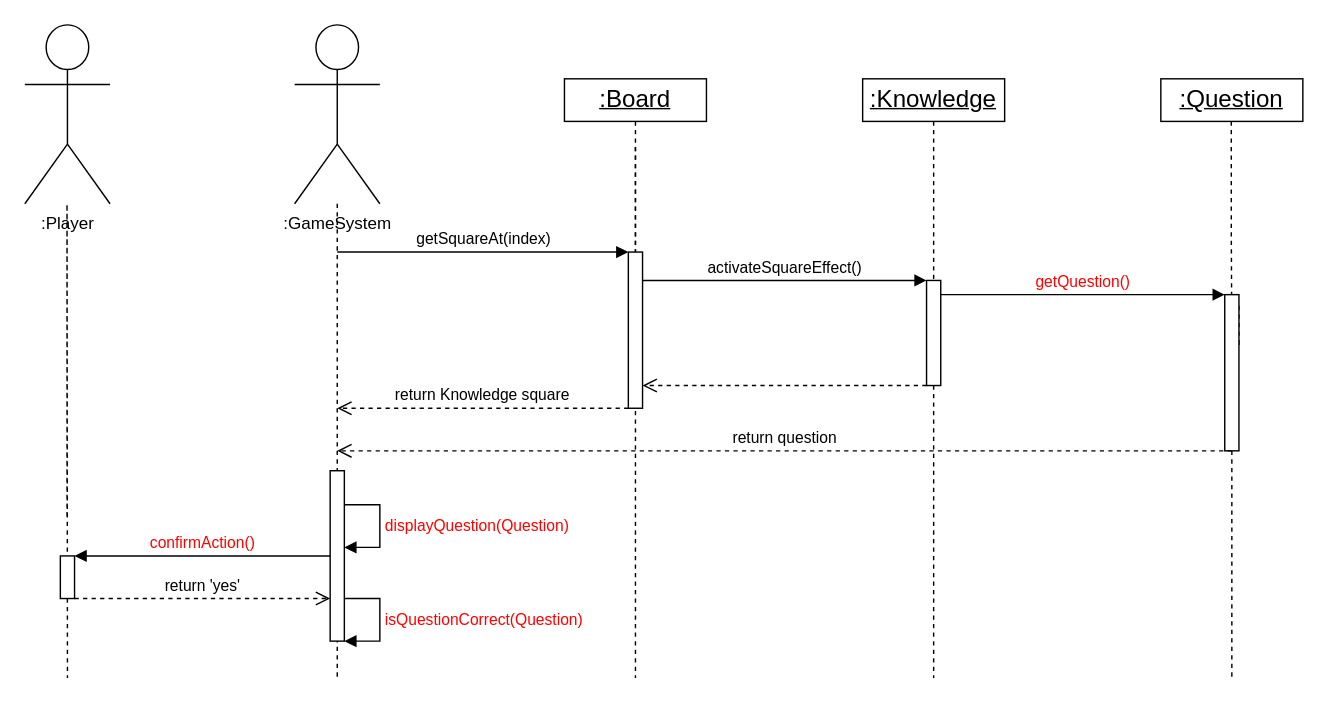
This is page "Encounter Knowledge" (4 of 5) of Deliverables/Semester 1/PDF Report/Diagrams/Sequence Diagrams/Peter's Sequence diagrams.drawio from Xelodico/engineers-without-borders, a draw.io file, before an edit. Source tidied: cells renumbered, new cells numbered last; positions are measured from the earlier drawing's top-left corner, leaving out a move shared by most shapes. Both pictures are drawn from the tidied source at 142%, with x=0, y=0 at pixel (24, 24).
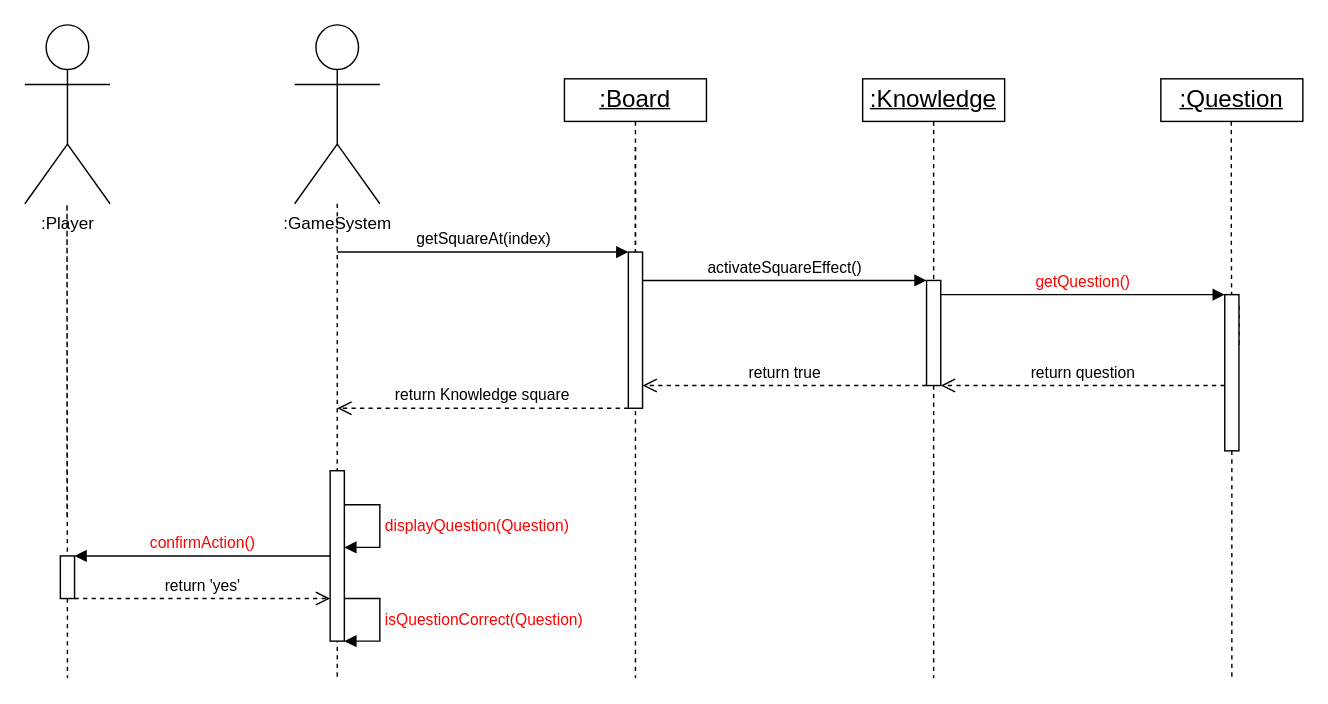
The same diagram, later.

What changed in the source:
```diff
@@
-    <mxCell id="13" style="html=1;verticalAlign=bottom;endArrow=open;dashed=1;endSize=8;curved=0;rounded=0;" parent="1" edge="1">
+    <mxCell id="13" value="return true" style="html=1;verticalAlign=bottom;endArrow=open;dashed=1;endSize=8;curved=0;rounded=0;" parent="1" edge="1">
       <mxGeometry relative="1" as="geometry">
         <mxPoint x="635" y="254" as="sourcePoint" />
         <mxPoint x="435" y="254" as="targetPoint" />
       </mxGeometry>
     </mxCell>
@@
     <mxCell id="27" value="return question" style="html=1;verticalAlign=bottom;endArrow=open;dashed=1;endSize=8;curved=0;rounded=0;" parent="1" edge="1">
       <mxGeometry relative="1" as="geometry">
-        <mxPoint x="850" y="300" as="sourcePoint" />
-        <mxPoint x="220" y="300" as="targetPoint" />
+        <mxPoint x="845" y="254" as="sourcePoint" />
+        <mxPoint x="645" y="254" as="targetPoint" />
       </mxGeometry>
     </mxCell>
```
